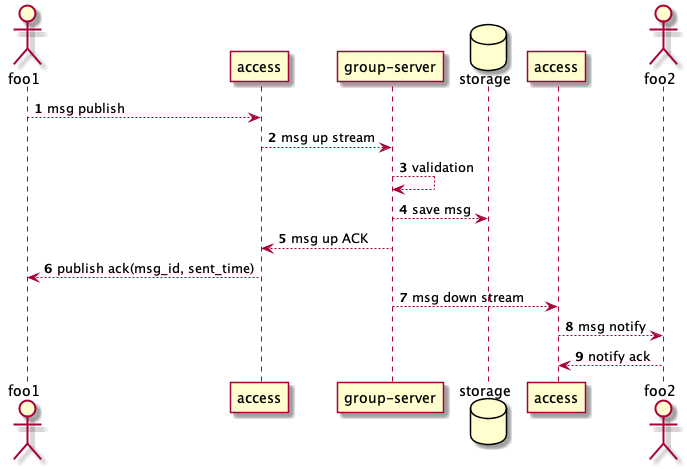
raven-im/raven keeps this PlantUML diagram as doc/一期设计文档/image/group.png. Above is the earlier version.
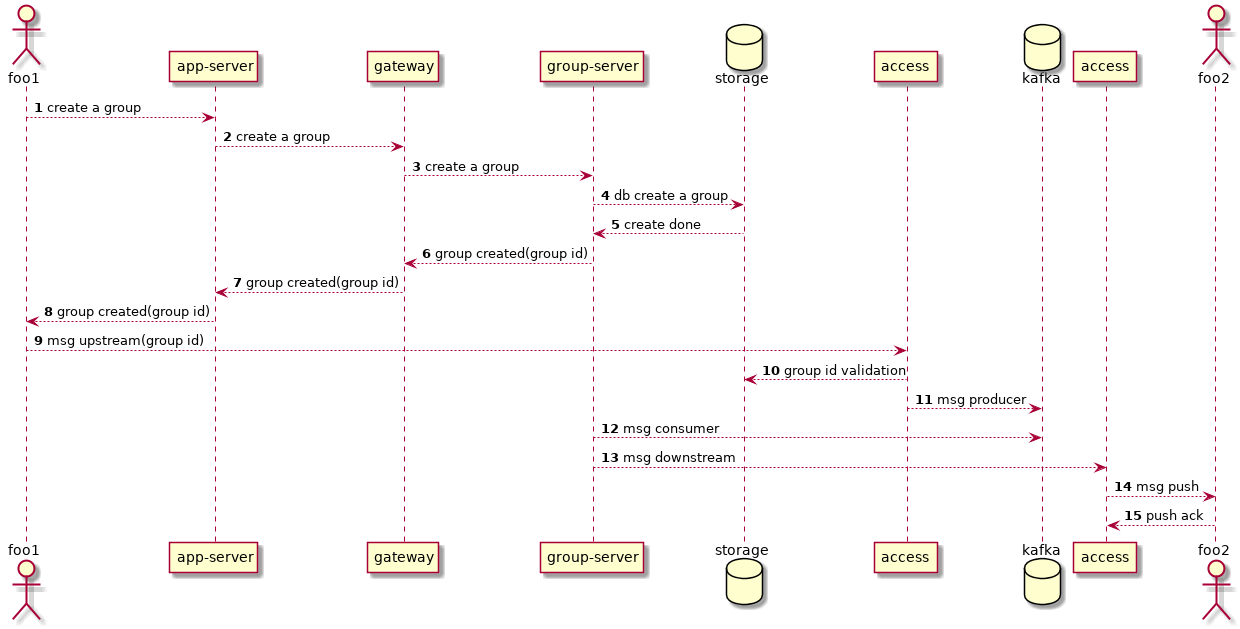
Later version of the same file.

The edit, as a diff of the source:
```diff
@@ -1,22 +1,30 @@
 @startuml
-
 actor "foo1" as client1
 
-participant "access" as access1
+participant "app-server" as app
+participant "gateway"
 participant "group-server" as group
 database "storage" as db
+participant "access" as access1
+database "kafka"
 participant "access" as access2
 actor "foo2" as client2
 
 autonumber
-client1 --> access1 : msg publish
-access1 --> group: msg up stream
-group --> group: validation
-group --> db: save msg
-group --> access1: msg up ACK
-access1 --> client1 : publish ack(msg_id, sent_time)
+client1 --> app : create a group
+app --> gateway: create a group
+gateway --> group: create a group
+group --> db: db create a group
+db --> group: create done
+group --> gateway: group created(group id)
+gateway --> app: group created(group id)
+app --> client1 : group created(group id)
 
-group --> access2: msg down stream
-access2 --> client2: msg notify
-client2 --> access2: notify ack
+client1 --> access1: msg upstream(group id)
+access1 --> db: group id validation
+access1 --> kafka: msg producer
+group --> kafka: msg consumer
+group --> access2: msg downstream
+access2 --> client2: msg push
+client2 --> access2: push ack
 @enduml
```
